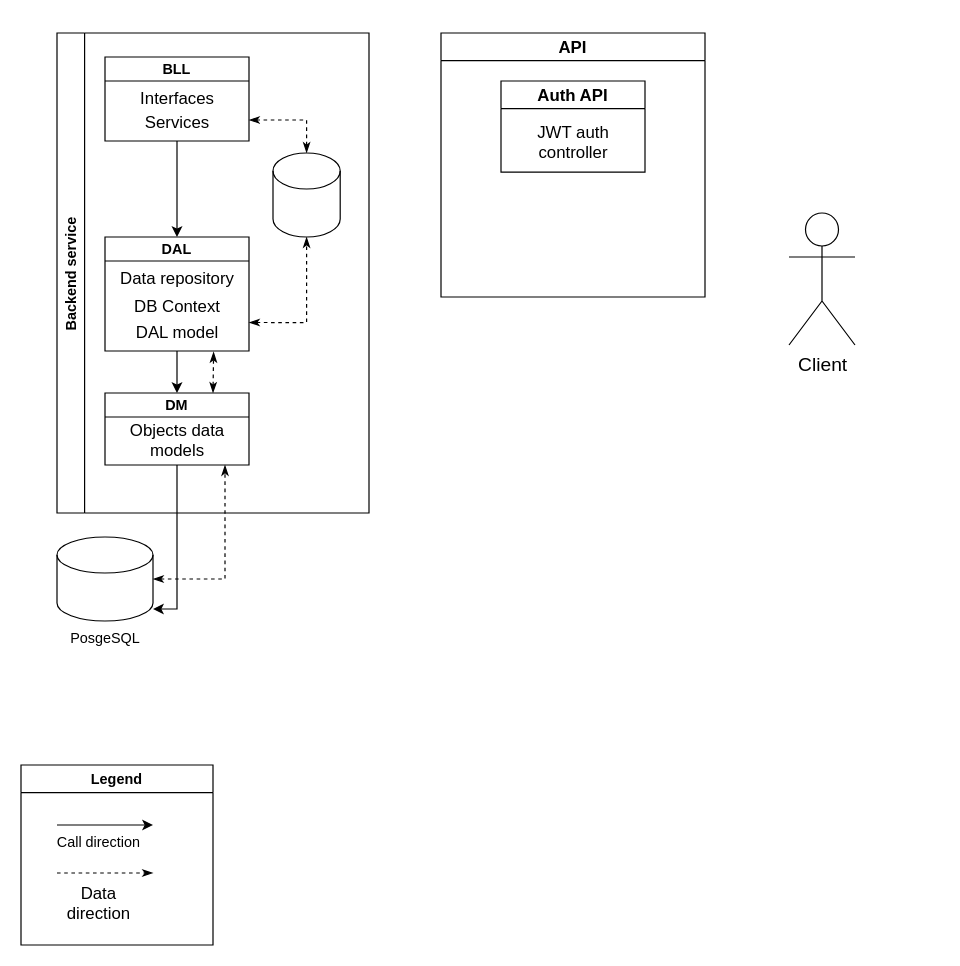
Before: app_flow.drawio in KravchenkoDevelop/SecretSantaGenerator, a draw.io diagram. Source tidied: cells renumbered, new cells numbered last; positions are measured from the earlier drawing's top-left corner, leaving out a move shared by most shapes. Both pictures are drawn from the tidied source at 120%, with x=0, y=0 at pixel (20, 32).
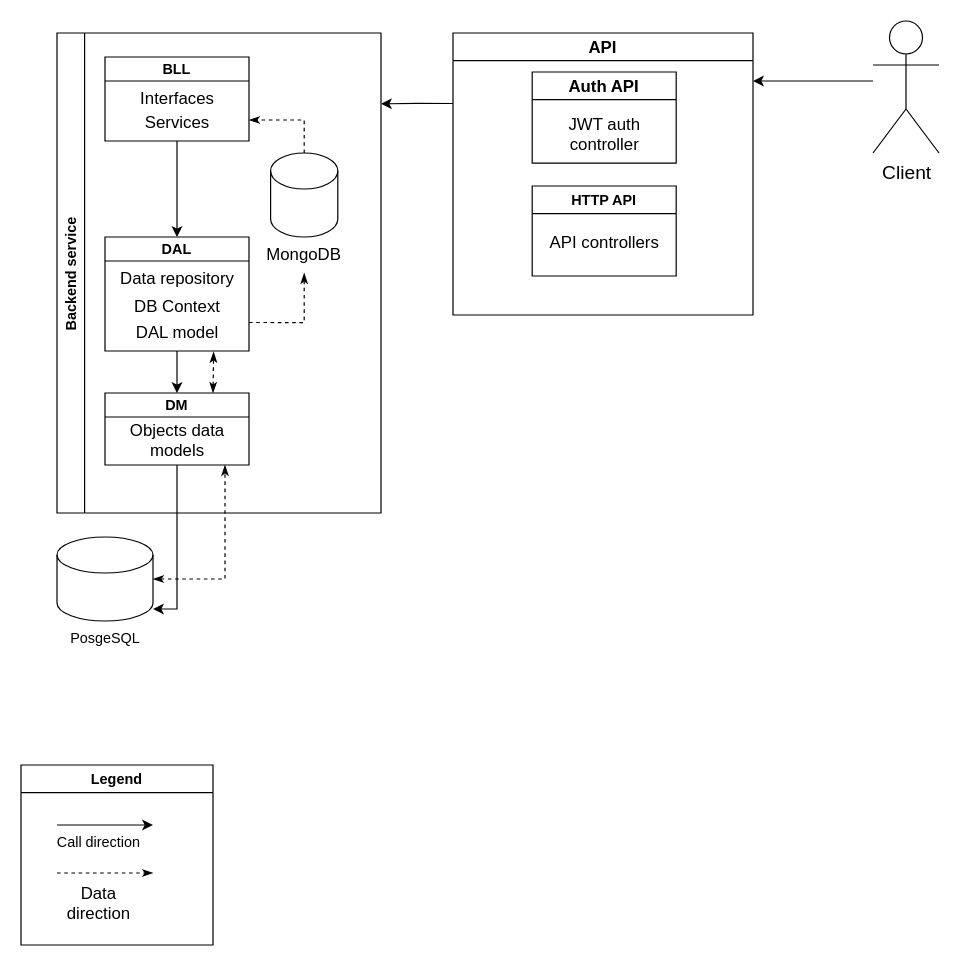
Above is the later version.

The change refers to these unchanged cells:
```xml
<mxCell id="4" value="BLL" style="swimlane;startSize=20;" parent="2" vertex="1">
  <mxGeometry x="40" y="20" width="120" height="70" as="geometry" />
</mxCell>
<mxCell id="9" value="DAL" style="swimlane;startSize=20;" parent="2" vertex="1">
  <mxGeometry x="40" y="170" width="120" height="95" as="geometry" />
</mxCell>
```

Change to the diagram source:
```diff
@@
     <mxCell id="2" value="Backend service" style="swimlane;horizontal=0;" parent="1" vertex="1">
-      <mxGeometry x="30" width="260" height="400" as="geometry" />
+      <mxGeometry x="30" width="270" height="400" as="geometry" />
     </mxCell>
@@
-    <mxCell id="8" style="edgeStyle=orthogonalEdgeStyle;rounded=0;jettySize=auto;html=1;exitX=1;exitY=0.75;exitDx=0;exitDy=0;entryX=0.5;entryY=1;entryDx=0;entryDy=0;entryPerimeter=0;dashed=1;strokeWidth=1;fontSize=14;startArrow=classicThin;startFill=1;endArrow=classicThin;endFill=1;" parent="2" edge="1" source="9" target="17">
+    <mxCell id="8" style="edgeStyle=orthogonalEdgeStyle;rounded=0;jettySize=auto;html=1;exitX=1;exitY=0.75;exitDx=0;exitDy=0;dashed=1;strokeWidth=1;fontSize=14;startArrow=none;startFill=0;endArrow=classicThin;endFill=1;entryX=0.5;entryY=1;entryDx=0;entryDy=0;" parent="2" edge="1" source="9" target="35">
       <mxGeometry relative="1" as="geometry" />
     </mxCell>
@@
-    <mxCell id="16" style="edgeStyle=orthogonalEdgeStyle;rounded=0;jettySize=auto;html=1;exitX=0.5;exitY=0;exitDx=0;exitDy=0;exitPerimeter=0;entryX=1;entryY=0.75;entryDx=0;entryDy=0;dashed=1;strokeWidth=1;fontSize=14;startArrow=classicThin;startFill=1;endArrow=classicThin;endFill=1;" parent="2" edge="1" source="17" target="4">
+    <mxCell id="16" style="edgeStyle=orthogonalEdgeStyle;rounded=0;jettySize=auto;html=1;exitX=0.5;exitY=0;exitDx=0;exitDy=0;exitPerimeter=0;entryX=1;entryY=0.75;entryDx=0;entryDy=0;dashed=1;strokeWidth=1;fontSize=14;startArrow=none;startFill=0;endArrow=classicThin;endFill=1;" parent="2" edge="1" source="17" target="4">
       <mxGeometry relative="1" as="geometry" />
     </mxCell>
+    <mxCell id="34" style="group;" parent="2" vertex="1">
+      <mxGeometry x="176" y="100" width="60" height="100" as="geometry" />
+    </mxCell>
-    <mxCell id="17" style="shape=cylinder3;whiteSpace=wrap;html=1;boundedLbl=1;backgroundOutline=1;size=15;fontSize=16;" parent="2" vertex="1">
-      <mxGeometry x="180" y="100" width="56" height="70" as="geometry" />
+    <mxCell id="17" style="shape=cylinder3;whiteSpace=wrap;html=1;boundedLbl=1;backgroundOutline=1;size=15;fontSize=16;" parent="34" vertex="1">
+      <mxGeometry x="2" width="56" height="70" as="geometry" />
     </mxCell>
+    <mxCell id="35" value="MongoDB" style="text;html=1;strokeColor=none;fillColor=none;align=center;verticalAlign=middle;whiteSpace=wrap;rounded=0;fontSize=14;" parent="34" vertex="1">
+      <mxGeometry y="70" width="60" height="30" as="geometry" />
+    </mxCell>
@@
+    <mxCell id="36" style="edgeStyle=orthogonalEdgeStyle;rounded=0;jettySize=auto;html=1;fontSize=14;startArrow=none;startFill=0;" parent="1" edge="1" source="29">
+      <mxGeometry relative="1" as="geometry">
+        <mxPoint x="610" y="40" as="targetPoint" />
+        <Array as="points">
+          <mxPoint x="670" y="40" />
+          <mxPoint x="670" y="40" />
+        </Array>
+      </mxGeometry>
+    </mxCell>
     <mxCell id="29" value="Client" style="shape=umlActor;verticalLabelPosition=bottom;verticalAlign=top;html=1;outlineConnect=0;fontSize=16;" parent="1" vertex="1">
-      <mxGeometry x="640" y="150" width="55" height="110" as="geometry" />
+      <mxGeometry x="710" y="-10" width="55" height="110" as="geometry" />
     </mxCell>
+    <mxCell id="37" style="edgeStyle=orthogonalEdgeStyle;rounded=0;jettySize=auto;html=1;exitX=0;exitY=0.25;exitDx=0;exitDy=0;fontSize=14;startArrow=none;startFill=0;" parent="1" edge="1" source="30">
+      <mxGeometry relative="1" as="geometry">
+        <mxPoint x="300" y="59" as="targetPoint" />
+      </mxGeometry>
+    </mxCell>
     <mxCell id="30" value="API" style="swimlane;fontSize=14;" parent="1" vertex="1">
-      <mxGeometry x="350" width="220" height="220" as="geometry" />
+      <mxGeometry x="360" width="250" height="235" as="geometry" />
     </mxCell>
     <mxCell id="31" value="Auth API" style="swimlane;fontSize=14;" parent="30" vertex="1">
-      <mxGeometry x="50" y="40" width="120" height="76" as="geometry" />
+      <mxGeometry x="66" y="32.5" width="120" height="76" as="geometry" />
     </mxCell>
@@
+    <mxCell id="38" value="HTTP API" style="swimlane;" parent="30" vertex="1">
+      <mxGeometry x="66" y="127.5" width="120" height="75" as="geometry" />
+    </mxCell>
+    <mxCell id="39" value="API controllers" style="text;html=1;align=center;verticalAlign=middle;strokeColor=none;fillColor=none;fontSize=14;" parent="38" vertex="1">
+      <mxGeometry x="5" y="32.5" width="110" height="30" as="geometry" />
+    </mxCell>
```
